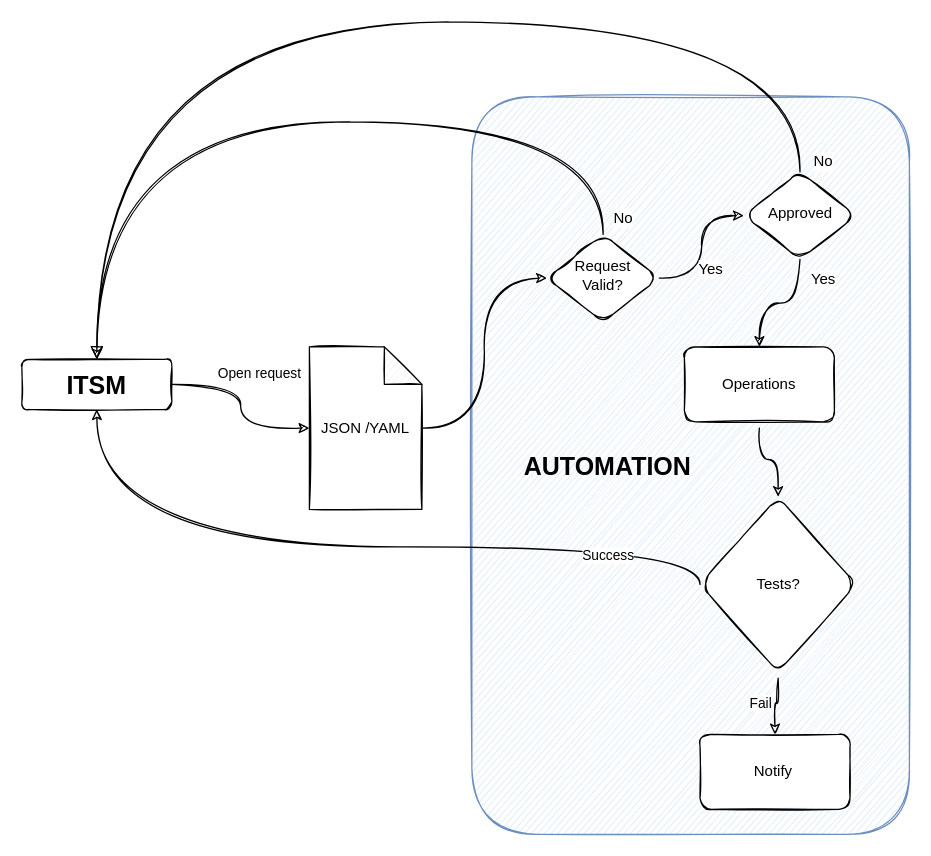
haidouks/open-automation keeps this draw.io diagram as diagrams/Untitled Diagram.drawio. Above is the earlier version. Source tidied: cells renumbered, new cells numbered last; positions are measured from the earlier drawing's top-left corner, leaving out a move shared by most shapes. Both pictures are drawn from the tidied source at 125%, with x=0, y=0 at pixel (21, 21).
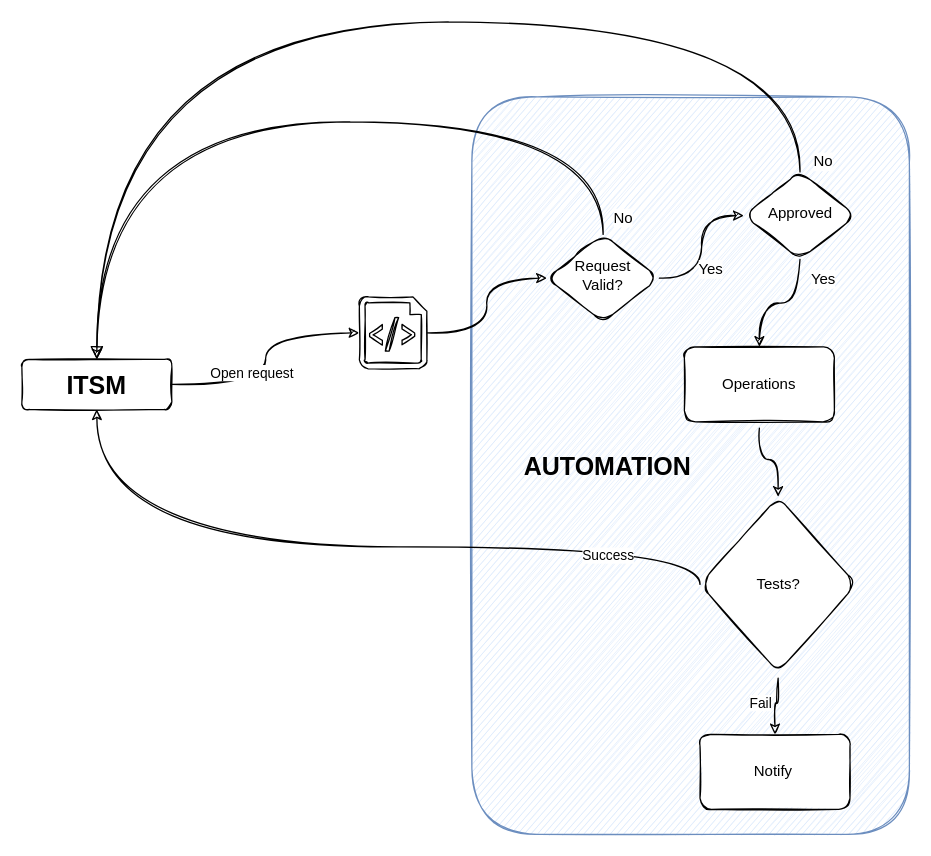
The same page after the edit.

The change refers to these unchanged cells:
```xml
<mxCell id="5" value="ITSM" style="whiteSpace=wrap;html=1;fontSize=20;glass=0;strokeWidth=1;shadow=0;sketch=1;rounded=1;fontStyle=1;" parent="1" vertex="1">
  <mxGeometry y="270" width="120" height="40" as="geometry" />
</mxCell>
<mxCell id="23" value="Request &lt;br&gt;Valid?" style="rhombus;whiteSpace=wrap;html=1;shadow=0;fontFamily=Helvetica;fontSize=12;align=center;strokeWidth=1;spacing=6;spacingTop=-4;sketch=1;rounded=1;" parent="1" vertex="1">
  <mxGeometry x="420" y="170" width="90" height="70" as="geometry" />
</mxCell>
```

Diff of the diagram source:
```diff
@@
-    <mxCell id="3" style="edgeStyle=orthogonalEdgeStyle;jettySize=auto;html=1;exitX=1;exitY=0.5;exitDx=0;exitDy=0;sketch=1;curved=1;entryX=0;entryY=0.5;entryDx=0;entryDy=0;entryPerimeter=0;" parent="1" edge="1" source="5" target="18">
+    <mxCell id="3" style="edgeStyle=orthogonalEdgeStyle;jettySize=auto;html=1;exitX=1;exitY=0.5;exitDx=0;exitDy=0;sketch=1;curved=1;entryX=0;entryY=0.5;entryDx=0;entryDy=0;entryPerimeter=0;" parent="1" edge="1" source="5" target="26">
       <mxGeometry relative="1" as="geometry" />
     </mxCell>
     <mxCell id="4" value="Open request" style="edgeLabel;html=1;align=center;verticalAlign=middle;sketch=1;rounded=1;" parent="3" vertex="1">
       <mxGeometry x="-0.33" y="-1" relative="1" as="geometry">
-        <mxPoint x="20" y="-11" as="offset" />
+        <mxPoint x="-1" y="-11" as="offset" />
       </mxGeometry>
     </mxCell>
@@
-    <mxCell id="17" style="edgeStyle=orthogonalEdgeStyle;curved=1;rounded=1;sketch=1;jettySize=auto;html=1;entryX=0;entryY=0.5;entryDx=0;entryDy=0;fontSize=12;" parent="1" edge="1" source="18" target="23">
+    <mxCell id="17" style="edgeStyle=orthogonalEdgeStyle;curved=1;rounded=1;sketch=1;jettySize=auto;html=1;entryX=0;entryY=0.5;entryDx=0;entryDy=0;fontSize=12;exitX=1;exitY=0.5;exitDx=0;exitDy=0;exitPerimeter=0;" parent="1" edge="1" source="26" target="23">
       <mxGeometry relative="1" as="geometry" />
     </mxCell>
-    <mxCell id="18" value="&lt;div style=&quot;&quot;&gt;JSON /YAML&lt;/div&gt;" style="shape=note;whiteSpace=wrap;html=1;backgroundOutline=1;darkOpacity=0.05;rounded=1;labelBackgroundColor=none;sketch=1;fontSize=12;align=center;" parent="1" vertex="1">
-      <mxGeometry x="230" y="260" width="90" height="130" as="geometry" />
-    </mxCell>
@@
+    <mxCell id="26" style="shadow=0;dashed=0;html=1;labelPosition=center;verticalLabelPosition=bottom;verticalAlign=top;align=center;shape=mxgraph.azure.script_file;rounded=1;labelBackgroundColor=none;sketch=1;fontSize=12;" parent="1" vertex="1">
+      <mxGeometry x="270" y="220" width="54" height="57.5" as="geometry" />
+    </mxCell>
```
